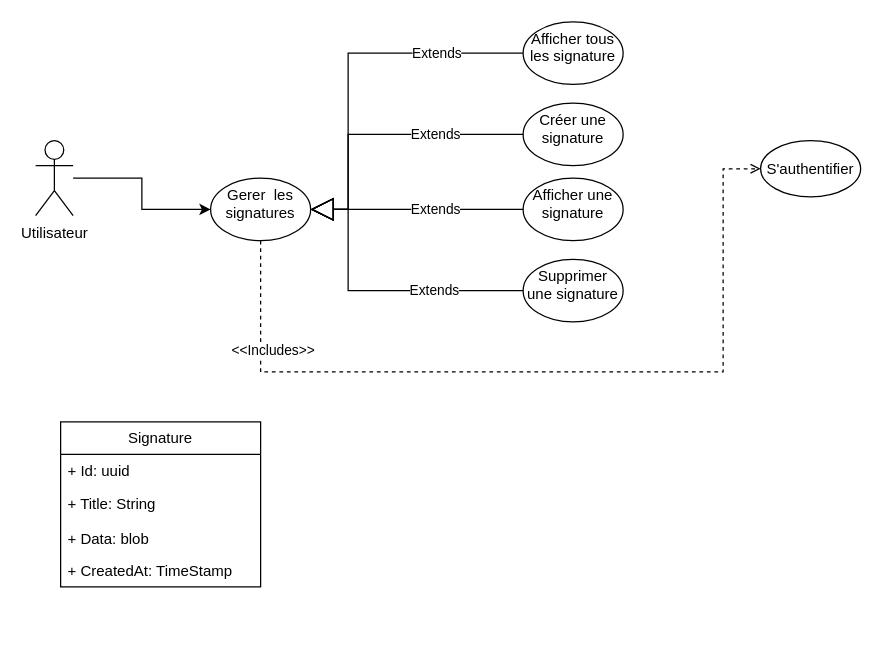
The draw.io diagram manageSignature.drawio in PFE-Neoledge-2023/rapport, before the edit. Source tidied: cells renumbered, new cells numbered last; positions are measured from the earlier drawing's top-left corner, leaving out a move shared by most shapes. Both pictures are drawn from the tidied source at 125%, with x=0, y=0 at pixel (35, 21).
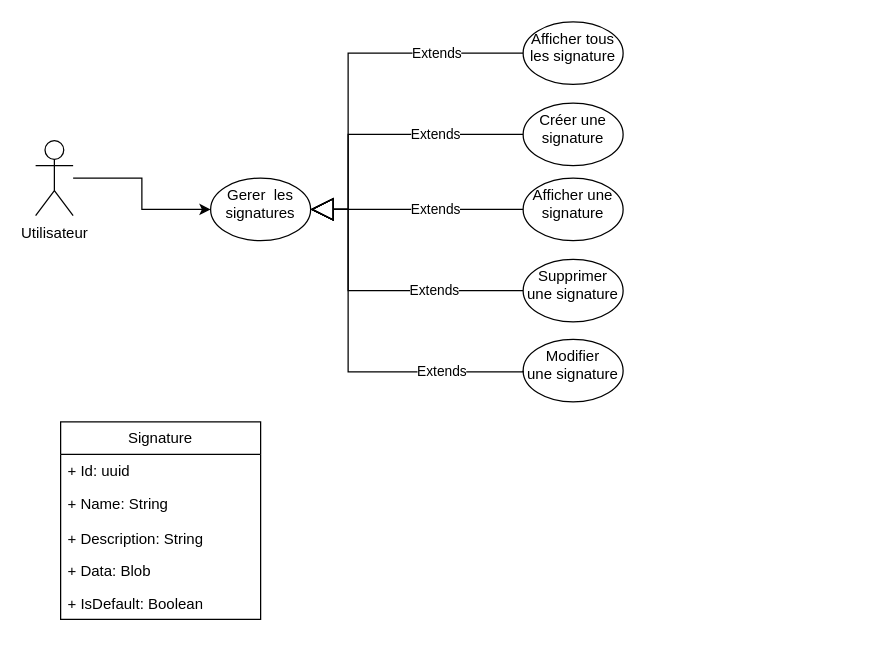
After the change.

Commit message:
manage signature

The change refers to these unchanged cells:
```xml
<mxCell id="4" value="Gerer&amp;nbsp; les signatures" style="ellipse;whiteSpace=wrap;html=1;verticalAlign=top;" parent="1" vertex="1">
  <mxGeometry x="140" y="125" width="80" height="50" as="geometry" />
</mxCell>
```

The edit, as a diff of the source:
```diff
@@
-    <mxCell id="5" style="edgeStyle=orthogonalEdgeStyle;rounded=0;jettySize=auto;html=1;dashed=1;endArrow=open;endFill=0;entryX=0;entryY=0.5;entryDx=0;entryDy=0;exitX=0.5;exitY=1;exitDx=0;exitDy=0;" parent="1" edge="1" source="4" target="11">
-      <mxGeometry relative="1" as="geometry">
-        <Array as="points">
-          <mxPoint x="180" y="280" />
-          <mxPoint x="550" y="280" />
-          <mxPoint x="550" y="117" />
-        </Array>
-      </mxGeometry>
-    </mxCell>
-    <mxCell id="6" value="&amp;lt;&amp;lt;Includes&amp;gt;&amp;gt;" style="edgeLabel;html=1;align=center;verticalAlign=middle;" parent="5" vertex="1">
-      <mxGeometry x="-0.74" y="-2" relative="1" as="geometry">
-        <mxPoint x="11" as="offset" />
-      </mxGeometry>
-    </mxCell>
@@
-    <mxCell id="11" value="S'authentifier" style="ellipse;whiteSpace=wrap;html=1;" parent="1" vertex="1">
-      <mxGeometry x="580" y="95" width="80" height="45" as="geometry" />
-    </mxCell>
@@
-    <mxCell id="15" value="Extends" style="endArrow=block;endSize=16;endFill=0;html=1;exitX=0;exitY=0.5;exitDx=0;exitDy=0;entryX=1;entryY=0.5;entryDx=0;entryDy=0;rounded=0;" parent="1" edge="1">
-      <mxGeometry x="-0.4" relative="1" as="geometry">
-        <mxPoint x="390" y="215" as="sourcePoint" />
-        <mxPoint x="220" y="150" as="targetPoint" />
-        <Array as="points">
-          <mxPoint x="250" y="215" />
-          <mxPoint x="250" y="150" />
-        </Array>
-      </mxGeometry>
-    </mxCell>
+    <mxCell id="21" value="Extends" style="endArrow=block;endSize=16;endFill=0;html=1;exitX=0;exitY=0.5;exitDx=0;exitDy=0;entryX=1;entryY=0.5;entryDx=0;entryDy=0;rounded=0;" parent="1" edge="1">
+      <mxGeometry x="-0.4" relative="1" as="geometry">
+        <mxPoint x="390" y="215" as="sourcePoint" />
+        <mxPoint x="220" y="150" as="targetPoint" />
+        <Array as="points">
+          <mxPoint x="250" y="215" />
+          <mxPoint x="250" y="150" />
+        </Array>
+      </mxGeometry>
+    </mxCell>
     <mxCell id="16" value="Signature" style="swimlane;fontStyle=0;horizontal=1;startSize=26;fillColor=none;whiteSpace=wrap;html=1;rounded=0;shadow=0;glass=0;" parent="1" vertex="1">
-      <mxGeometry x="20" y="320" width="160" height="132" as="geometry" />
+      <mxGeometry x="20" y="320" width="160" height="158" as="geometry" />
     </mxCell>
@@
-    <mxCell id="18" value="+ Title: String" style="text;strokeColor=none;fillColor=none;align=left;verticalAlign=top;spacingLeft=4;spacingRight=4;overflow=hidden;whiteSpace=wrap;html=1;rounded=0;shadow=0;glass=0;" parent="16" vertex="1">
-      <mxGeometry y="52" width="160" height="28" as="geometry" />
-    </mxCell>
-    <mxCell id="19" value="+ Data: blob" style="text;strokeColor=none;fillColor=none;align=left;verticalAlign=top;spacingLeft=4;spacingRight=4;overflow=hidden;whiteSpace=wrap;html=1;rounded=0;shadow=0;glass=0;" parent="16" vertex="1">
-      <mxGeometry y="80" width="160" height="26" as="geometry" />
-    </mxCell>
-    <mxCell id="20" value="+ CreatedAt: TimeStamp" style="text;strokeColor=none;fillColor=none;align=left;verticalAlign=top;spacingLeft=4;spacingRight=4;overflow=hidden;whiteSpace=wrap;html=1;rounded=0;shadow=0;glass=0;" parent="16" vertex="1">
-      <mxGeometry y="106" width="160" height="26" as="geometry" />
-    </mxCell>
+    <mxCell id="22" value="+ Name: String" style="text;strokeColor=none;fillColor=none;align=left;verticalAlign=top;spacingLeft=4;spacingRight=4;overflow=hidden;whiteSpace=wrap;html=1;rounded=0;shadow=0;glass=0;" parent="16" vertex="1">
+      <mxGeometry y="52" width="160" height="28" as="geometry" />
+    </mxCell>
+    <mxCell id="23" value="+ Description&lt;span style=&quot;background-color: initial;&quot;&gt;: String&lt;/span&gt;" style="text;strokeColor=none;fillColor=none;align=left;verticalAlign=top;spacingLeft=4;spacingRight=4;overflow=hidden;whiteSpace=wrap;html=1;rounded=0;shadow=0;glass=0;" parent="16" vertex="1">
+      <mxGeometry y="80" width="160" height="26" as="geometry" />
+    </mxCell>
+    <mxCell id="24" value="+ Data: Blob" style="text;strokeColor=none;fillColor=none;align=left;verticalAlign=top;spacingLeft=4;spacingRight=4;overflow=hidden;whiteSpace=wrap;html=1;rounded=0;shadow=0;glass=0;" parent="16" vertex="1">
+      <mxGeometry y="106" width="160" height="26" as="geometry" />
+    </mxCell>
+    <mxCell id="25" value="+&amp;nbsp;IsDefault&lt;span style=&quot;background-color: initial;&quot;&gt;: Boolean&lt;/span&gt;" style="text;strokeColor=none;fillColor=none;align=left;verticalAlign=top;spacingLeft=4;spacingRight=4;overflow=hidden;whiteSpace=wrap;html=1;rounded=0;shadow=0;glass=0;" parent="16" vertex="1">
+      <mxGeometry y="132" width="160" height="26" as="geometry" />
+    </mxCell>
+    <mxCell id="26" value="Modifier&lt;br&gt;une signature" style="ellipse;whiteSpace=wrap;html=1;verticalAlign=top;" parent="1" vertex="1">
+      <mxGeometry x="390" y="254" width="80" height="50" as="geometry" />
+    </mxCell>
+    <mxCell id="27" value="Extends" style="endArrow=block;endSize=16;endFill=0;html=1;entryX=1;entryY=0.5;entryDx=0;entryDy=0;rounded=0;exitX=0;exitY=0.5;exitDx=0;exitDy=0;edgeStyle=orthogonalEdgeStyle;" parent="1" edge="1" source="26" target="4">
+      <mxGeometry x="-0.56" relative="1" as="geometry">
+        <Array as="points">
+          <mxPoint x="390" y="280" />
+          <mxPoint x="250" y="280" />
+          <mxPoint x="250" y="150" />
+        </Array>
+      </mxGeometry>
+    </mxCell>
```
